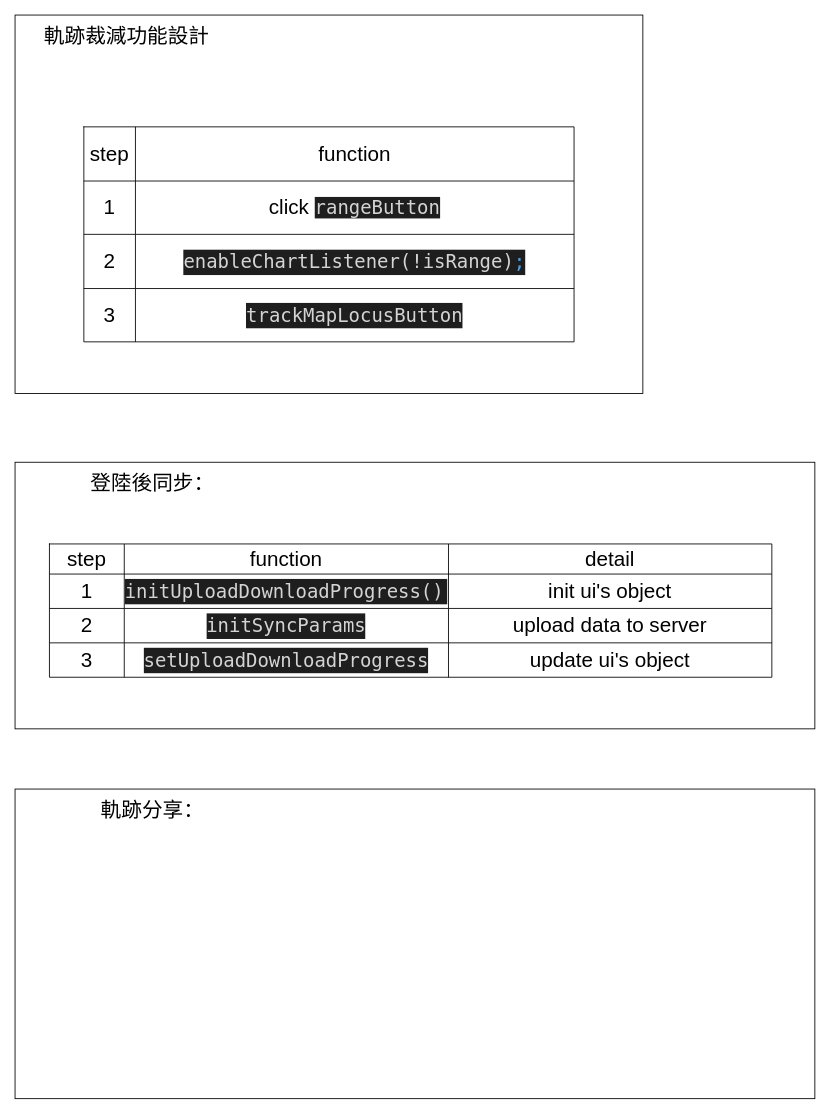
The draw.io diagram page "app功能設計" (9 of 10) of skyleader2.0.drawio in pengzhen80/PigeonRace, before the edit. Source tidied: cells renumbered, new cells numbered last; positions are measured from the earlier drawing's top-left corner, leaving out a move shared by most shapes. Both pictures are drawn from the tidied source at 86%, with x=0, y=0 at pixel (15, 15).
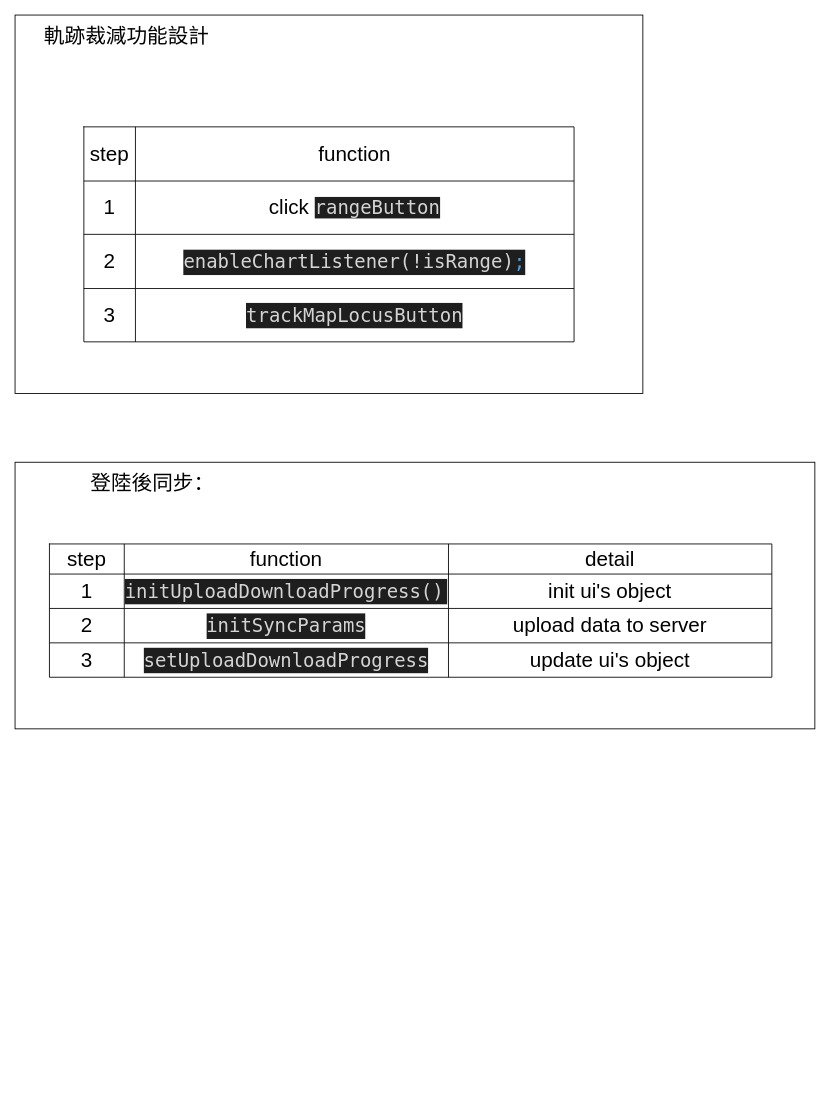
Above is the later version.

What changed in the source:
```diff
@@
-    <mxCell id="36" style="rounded=0;whiteSpace=wrap;html=1;fontSize=24;" parent="1" vertex="1">
-      <mxGeometry y="900" width="930" height="360" as="geometry" />
-    </mxCell>
-    <mxCell id="37" value="軌跡分享：" style="text;html=1;strokeColor=none;fillColor=none;align=center;verticalAlign=middle;whiteSpace=wrap;rounded=0;fontSize=24;" parent="1" vertex="1">
-      <mxGeometry x="20" y="910" width="280" height="30" as="geometry" />
-    </mxCell>
```
